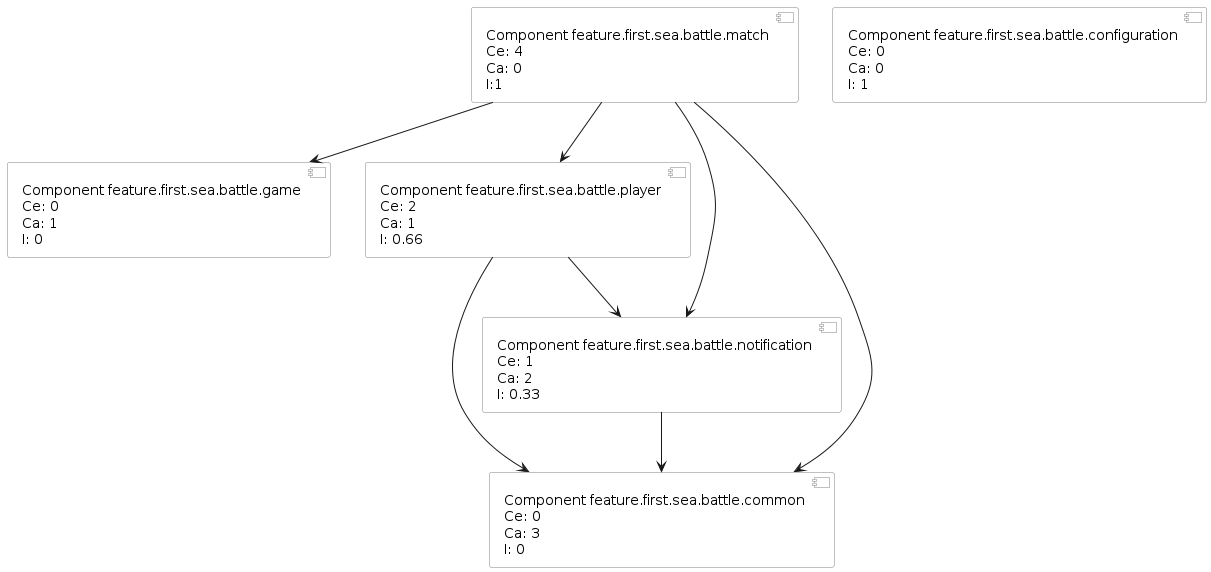
onixred/SiberianSeaBattle keeps this PlantUML diagram as plantuml/generated-diagrams/componentDependencyMetricsFeatureFirstTest.png. Above is the earlier version.
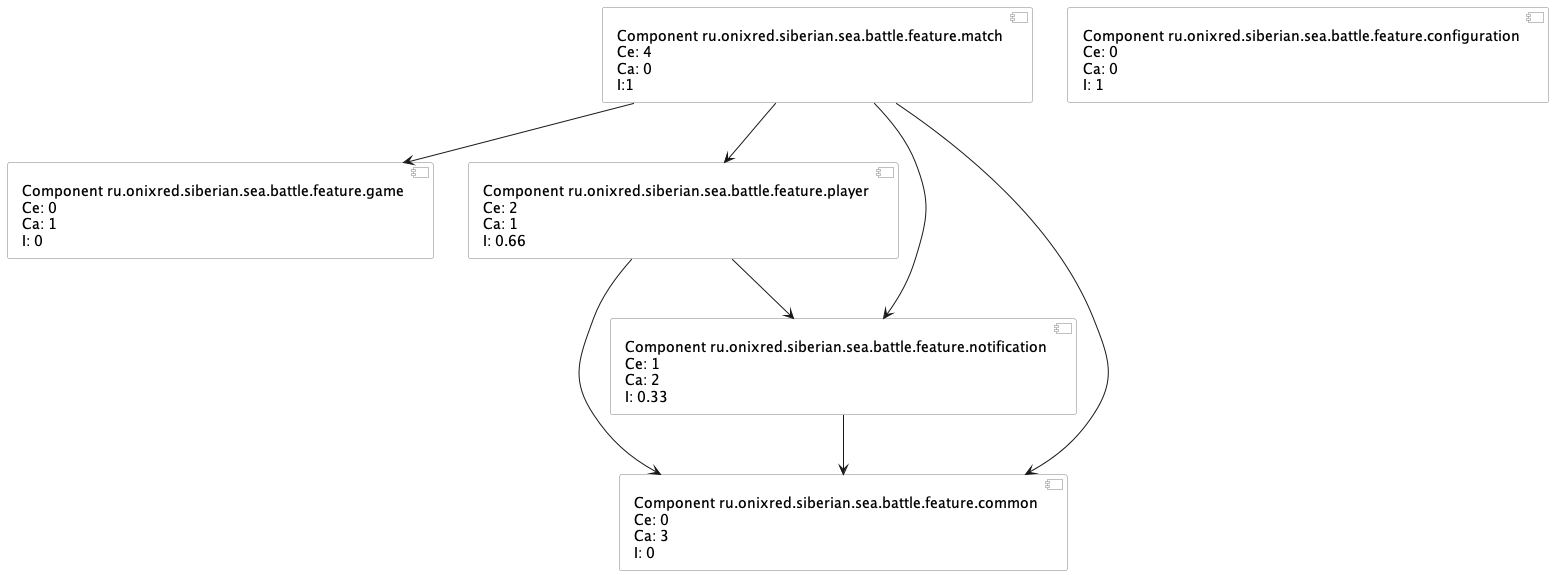
After the change.

What changed in the source:
```diff
@@ -9,12 +9,12 @@
 }
 
 
-[Component feature.first.sea.battle.game \nCe: 0\nCa: 1\nI: 0] as game
-[Component feature.first.sea.battle.match \nCe: 4\nCa: 0\nI:1] as match
-[Component feature.first.sea.battle.player \nCe: 2\nCa: 1\nI: 0.66] as player
-[Component feature.first.sea.battle.common \nCe: 0\nCa: 3\nI: 0] as common
-[Component feature.first.sea.battle.configuration \nCe: 0\nCa: 0\nI: 1] as configuration
-[Component feature.first.sea.battle.notification \nCe: 1\nCa: 2\nI: 0.33] as notification
+[Component ru.onixred.siberian.sea.battle.feature.game \nCe: 0\nCa: 1\nI: 0] as game
+[Component ru.onixred.siberian.sea.battle.feature.match \nCe: 4\nCa: 0\nI:1] as match
+[Component ru.onixred.siberian.sea.battle.feature.player \nCe: 2\nCa: 1\nI: 0.66] as player
+[Component ru.onixred.siberian.sea.battle.feature.common \nCe: 0\nCa: 3\nI: 0] as common
+[Component ru.onixred.siberian.sea.battle.feature.configuration \nCe: 0\nCa: 0\nI: 1] as configuration
+[Component ru.onixred.siberian.sea.battle.feature.notification \nCe: 1\nCa: 2\nI: 0.33] as notification
 
 
 notification --> common
```
